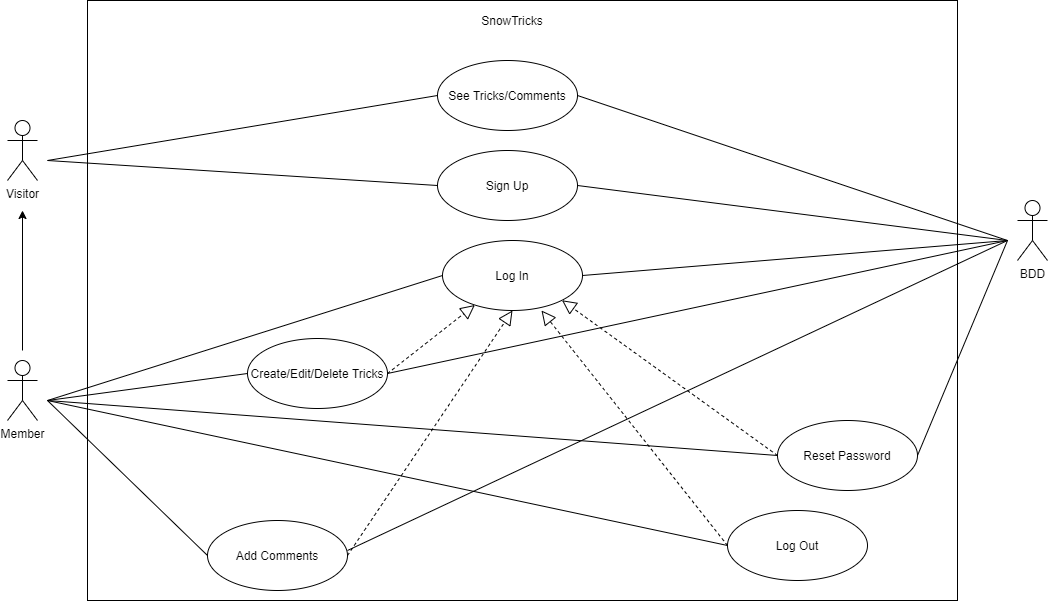
Above: UML/use_cases.png in kantum21/SnowTricks (draw.io), before the change. Source tidied: cells renumbered, new cells last; positions are measured from the earlier drawing's top-left corner, leaving out a move shared by most shapes.
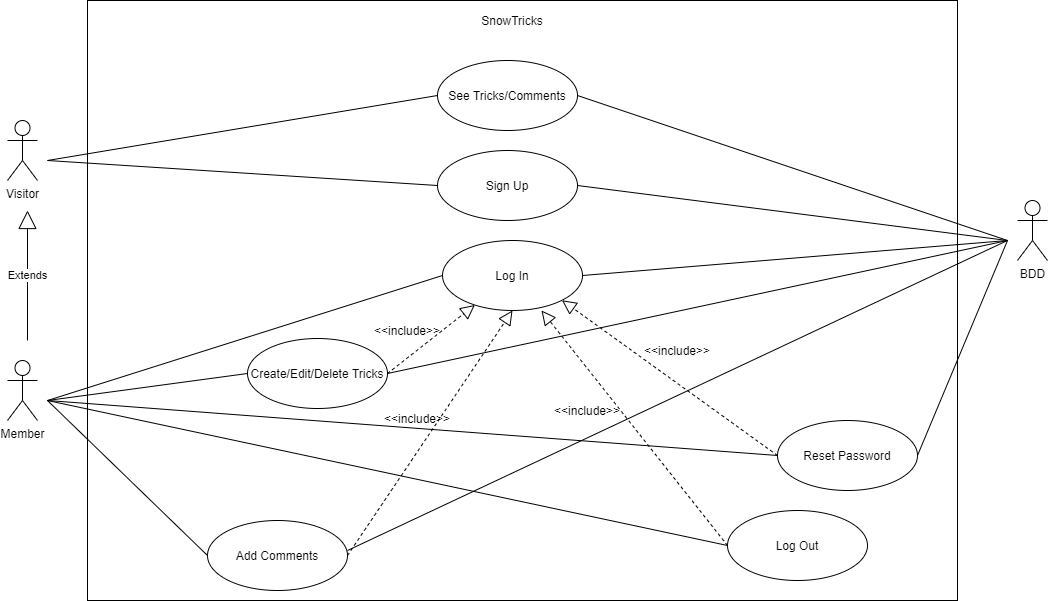
After the change.

Change to the diagram source:
```diff
@@ -8,12 +8,6 @@
     <mxCell id="3" value="Member" style="shape=umlActor;verticalLabelPosition=bottom;verticalAlign=top;html=1;" parent="1" vertex="1">
       <mxGeometry y="360" width="30" height="60" as="geometry" />
     </mxCell>
-    <mxCell id="4" style="endArrow=classic;html=1;" parent="1" edge="1">
-      <mxGeometry relative="1" as="geometry">
-        <mxPoint x="15" y="350" as="sourcePoint" />
-        <mxPoint x="15" y="210" as="targetPoint" />
-      </mxGeometry>
-    </mxCell>
     <mxCell id="5" style="rounded=0;whiteSpace=wrap;html=1;" parent="1" vertex="1">
       <mxGeometry x="80" width="870" height="600" as="geometry" />
     </mxCell>
@@ -122,5 +116,23 @@
         <mxPoint x="1000" y="240" as="targetPoint" />
       </mxGeometry>
     </mxCell>
+    <mxCell id="32" value="Extends" style="endArrow=block;endSize=16;endFill=0;html=1;" parent="1" edge="1">
+      <mxGeometry relative="1" as="geometry">
+        <mxPoint x="20" y="340" as="sourcePoint" />
+        <mxPoint x="20" y="210" as="targetPoint" />
+      </mxGeometry>
+    </mxCell>
+    <mxCell id="33" value="&amp;lt;&amp;lt;include&amp;gt;&amp;gt;" style="text;html=1;strokeColor=none;fillColor=none;align=center;verticalAlign=middle;whiteSpace=wrap;rounded=0;" parent="1" vertex="1">
+      <mxGeometry x="380" y="320" width="40" height="20" as="geometry" />
+    </mxCell>
+    <mxCell id="34" value="&amp;lt;&amp;lt;include&amp;gt;&amp;gt;" style="text;html=1;strokeColor=none;fillColor=none;align=center;verticalAlign=middle;whiteSpace=wrap;rounded=0;" parent="1" vertex="1">
+      <mxGeometry x="390" y="408" width="40" height="20" as="geometry" />
+    </mxCell>
+    <mxCell id="35" value="&amp;lt;&amp;lt;include&amp;gt;&amp;gt;" style="text;html=1;strokeColor=none;fillColor=none;align=center;verticalAlign=middle;whiteSpace=wrap;rounded=0;" parent="1" vertex="1">
+      <mxGeometry x="560" y="400" width="40" height="20" as="geometry" />
+    </mxCell>
+    <mxCell id="36" value="&amp;lt;&amp;lt;include&amp;gt;&amp;gt;" style="text;html=1;strokeColor=none;fillColor=none;align=center;verticalAlign=middle;whiteSpace=wrap;rounded=0;" parent="1" vertex="1">
+      <mxGeometry x="650" y="340" width="40" height="20" as="geometry" />
+    </mxCell>
   </root>
 </mxGraphModel>
```
